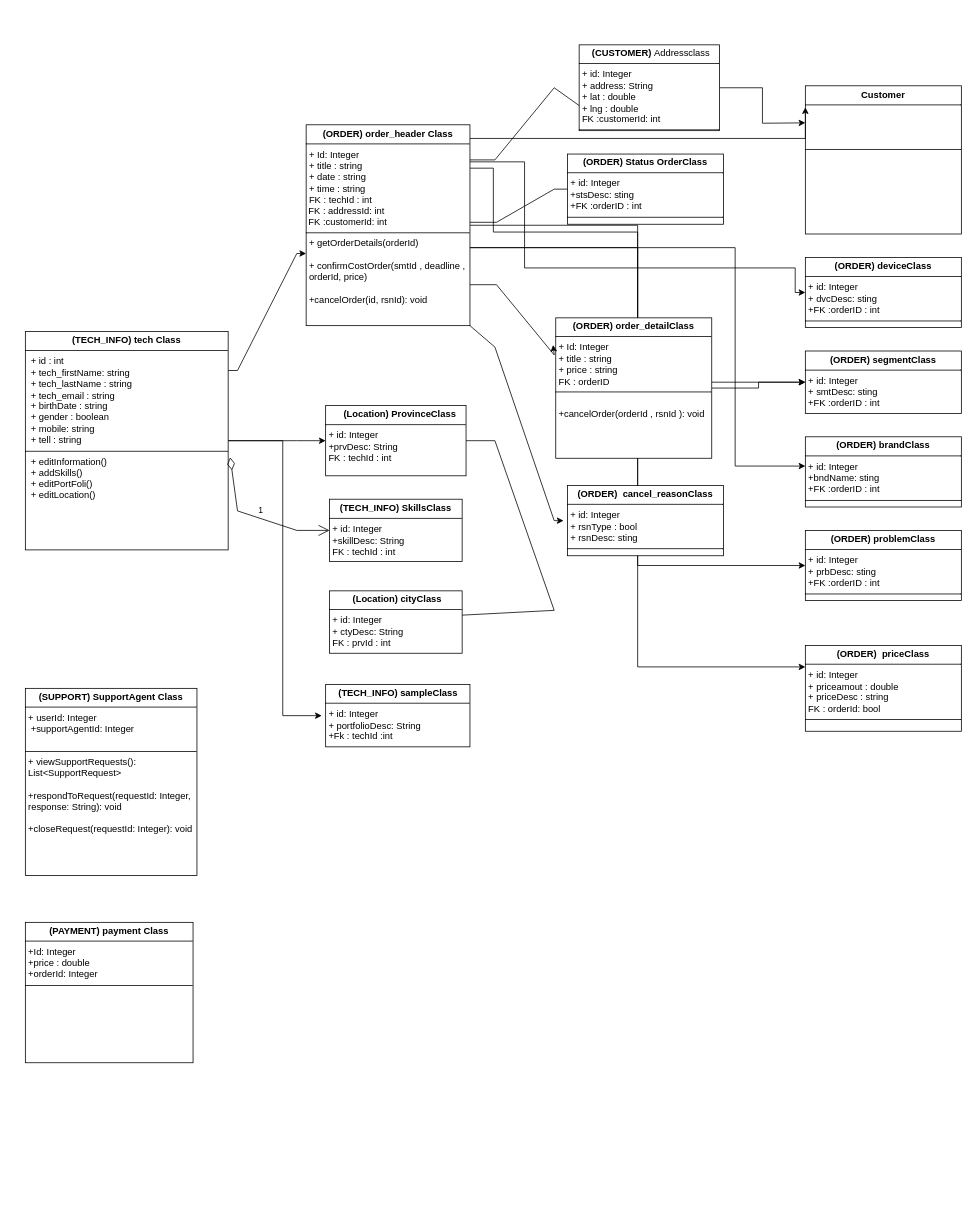
The draw.io diagram tech.drawio in reyhanehSP/pwaTech, before the edit. Source tidied: cells renumbered, new cells numbered last; positions are measured from the earlier drawing's top-left corner, leaving out a move shared by most shapes. Both pictures are drawn from the tidied source at 78%, with x=0, y=0 at pixel (25, 44).
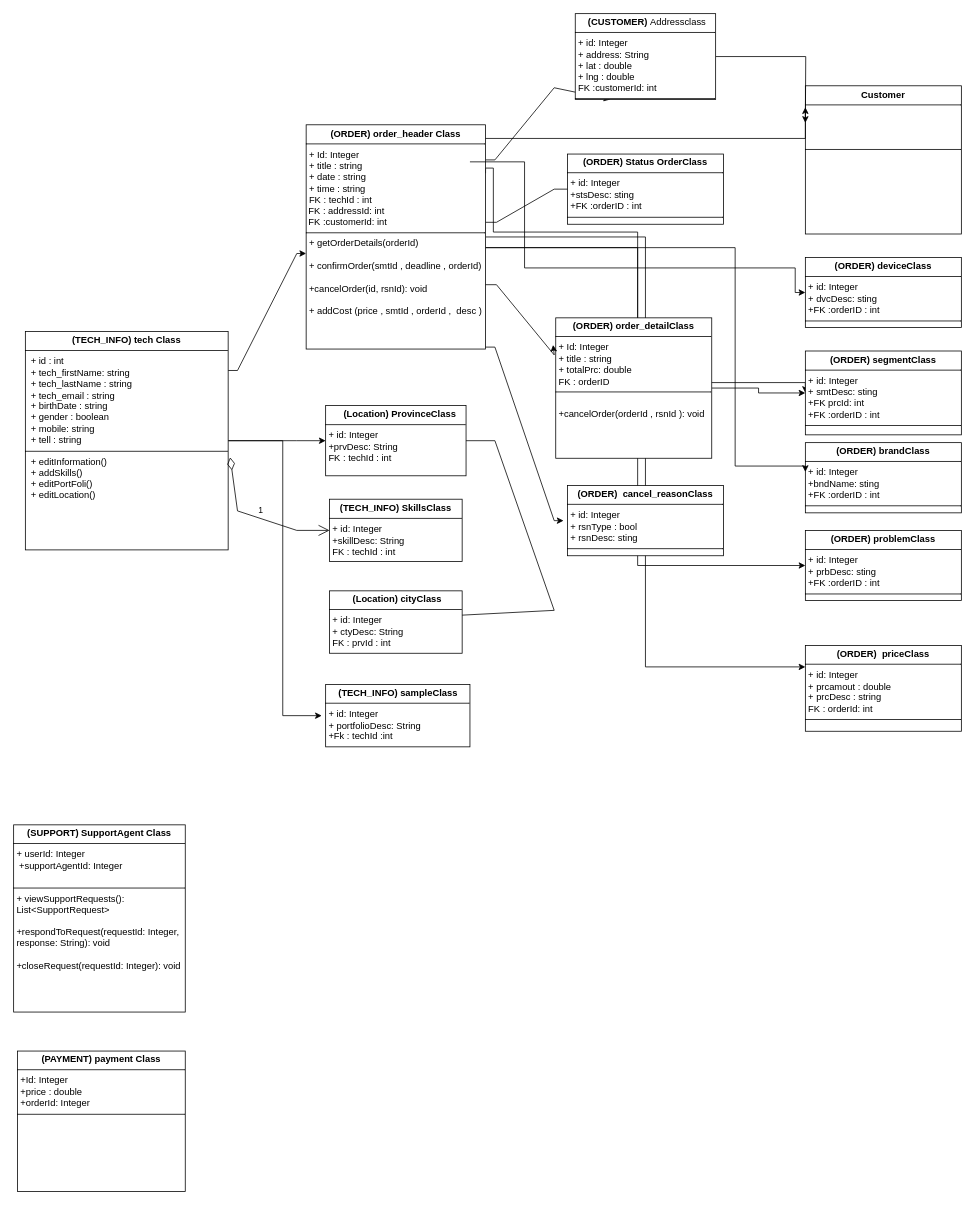
Above is the later version.

Change to the diagram source:
```diff
@@
-    <mxCell id="12" value="&lt;p style=&quot;margin:0px;margin-top:4px;text-align:center;&quot;&gt;&lt;b&gt;(ORDER)&amp;nbsp;&lt;/b&gt;&lt;b style=&quot;background-color: initial;&quot;&gt;order_header Class&lt;/b&gt;&lt;/p&gt;&lt;hr size=&quot;1&quot; style=&quot;border-style:solid;&quot;&gt;&lt;p style=&quot;margin:0px;margin-left:4px;&quot;&gt;+ Id: Integer&lt;/p&gt;&lt;p style=&quot;margin:0px;margin-left:4px;&quot;&gt;+ title : string&lt;/p&gt;&lt;p style=&quot;margin:0px;margin-left:4px;&quot;&gt;+ date : string&lt;br&gt;+ time : string&lt;br&gt;&lt;/p&gt;&lt;p style=&quot;margin:0px;margin-left:4px;&quot;&gt;&lt;span style=&quot;background-color: initial;&quot;&gt;FK : techId : int&lt;/span&gt;&lt;/p&gt;&amp;nbsp;FK : addressId: int&lt;div&gt;&amp;nbsp;FK :customerId: int&lt;br&gt;&lt;hr size=&quot;1&quot; style=&quot;border-style:solid;&quot;&gt;&lt;p style=&quot;margin:0px;margin-left:4px;&quot;&gt;+ getOrderDetails(orderId)&lt;/p&gt;&lt;p style=&quot;margin:0px;margin-left:4px;&quot;&gt;&lt;br&gt;+ confirmCostOrder(smtId , deadline , orderId, price)&lt;/p&gt;&lt;p style=&quot;margin:0px;margin-left:4px;&quot;&gt;&lt;br&gt;&lt;/p&gt;&lt;p style=&quot;margin:0px;margin-left:4px;&quot;&gt;+cancelOrder(id, rsnId): void&lt;/p&gt;&lt;p style=&quot;margin:0px;margin-left:4px;&quot;&gt;&lt;br&gt;&lt;br&gt;&lt;/p&gt;&lt;/div&gt;" style="verticalAlign=top;align=left;overflow=fill;html=1;whiteSpace=wrap;" parent="1" vertex="1">
-      <mxGeometry x="360" y="102.5" width="210" height="257.5" as="geometry" />
+    <mxCell id="12" value="&lt;p style=&quot;margin:0px;margin-top:4px;text-align:center;&quot;&gt;&lt;b&gt;(ORDER)&amp;nbsp;&lt;/b&gt;&lt;b style=&quot;background-color: initial;&quot;&gt;order_header Class&lt;/b&gt;&lt;/p&gt;&lt;hr size=&quot;1&quot; style=&quot;border-style:solid;&quot;&gt;&lt;p style=&quot;margin:0px;margin-left:4px;&quot;&gt;+ Id: Integer&lt;/p&gt;&lt;p style=&quot;margin:0px;margin-left:4px;&quot;&gt;+ title : string&lt;/p&gt;&lt;p style=&quot;margin:0px;margin-left:4px;&quot;&gt;+ date : string&lt;br&gt;+ time : string&lt;br&gt;&lt;/p&gt;&lt;p style=&quot;margin:0px;margin-left:4px;&quot;&gt;&lt;span style=&quot;background-color: initial;&quot;&gt;FK : techId : int&lt;/span&gt;&lt;/p&gt;&amp;nbsp;FK : addressId: int&lt;div&gt;&amp;nbsp;FK :customerId: int&lt;br&gt;&lt;hr size=&quot;1&quot; style=&quot;border-style:solid;&quot;&gt;&lt;p style=&quot;margin:0px;margin-left:4px;&quot;&gt;+ getOrderDetails(orderId)&lt;/p&gt;&lt;p style=&quot;margin:0px;margin-left:4px;&quot;&gt;&lt;br&gt;+ confirmOrder(smtId , deadline , orderId)&lt;/p&gt;&lt;p style=&quot;margin:0px;margin-left:4px;&quot;&gt;&lt;br&gt;&lt;/p&gt;&lt;p style=&quot;margin:0px;margin-left:4px;&quot;&gt;+cancelOrder(id, rsnId): void&lt;/p&gt;&lt;p style=&quot;margin:0px;margin-left:4px;&quot;&gt;&amp;nbsp;&lt;/p&gt;&lt;p style=&quot;margin:0px;margin-left:4px;&quot;&gt;+ addCost (price , smtId , orderId ,&amp;nbsp; desc )&lt;br&gt;&lt;br&gt;&lt;/p&gt;&lt;/div&gt;" style="verticalAlign=top;align=left;overflow=fill;html=1;whiteSpace=wrap;" parent="1" vertex="1">
+      <mxGeometry x="360" y="102.5" width="230" height="287.5" as="geometry" />
     </mxCell>
     <mxCell id="13" value="&lt;p style=&quot;margin:0px;margin-top:4px;text-align:center;&quot;&gt;&lt;b&gt;(SUPPORT) SupportAgent Class&lt;/b&gt;&lt;br&gt;&lt;/p&gt;&lt;hr size=&quot;1&quot; style=&quot;border-style:solid;&quot;&gt;&lt;p style=&quot;margin:0px;margin-left:4px;&quot;&gt;+ userId: Integer&lt;/p&gt;&lt;p style=&quot;margin:0px;margin-left:4px;&quot;&gt;&amp;nbsp;+supportAgentId:&amp;nbsp;&lt;span style=&quot;background-color: initial;&quot;&gt;Integer&lt;/span&gt;&lt;/p&gt;&lt;p style=&quot;margin:0px;margin-left:4px;&quot;&gt;&lt;br&gt;&lt;/p&gt;&lt;hr size=&quot;1&quot; style=&quot;border-style:solid;&quot;&gt;&lt;p style=&quot;margin:0px;margin-left:4px;&quot;&gt;+ viewSupportRequests(): List&amp;lt;SupportRequest&amp;gt;&lt;br&gt;&lt;br&gt;+respondToRequest(requestId: Integer, response: String): void&lt;br&gt;&lt;br&gt;+closeRequest(requestId: Integer): void&lt;br&gt;&lt;/p&gt;" style="verticalAlign=top;align=left;overflow=fill;html=1;whiteSpace=wrap;" parent="1" vertex="1">
-      <mxGeometry y="825" width="220" height="240" as="geometry" />
+      <mxGeometry x="-15" y="1000" width="220" height="240" as="geometry" />
     </mxCell>
@@
     <mxCell id="15" value="&lt;p style=&quot;margin:0px;margin-top:4px;text-align:center;&quot;&gt;&lt;b&gt;(PAYMENT) payment Class&lt;/b&gt;&lt;br&gt;&lt;/p&gt;&lt;hr size=&quot;1&quot; style=&quot;border-style:solid;&quot;&gt;&lt;p style=&quot;margin:0px;margin-left:4px;&quot;&gt;+Id: Integer&lt;/p&gt;&lt;p style=&quot;margin:0px;margin-left:4px;&quot;&gt;+price : double&lt;/p&gt;&lt;p style=&quot;margin:0px;margin-left:4px;&quot;&gt;+orderId:&amp;nbsp;&lt;span style=&quot;background-color: initial;&quot;&gt;Integer&lt;/span&gt;&lt;/p&gt;&lt;hr size=&quot;1&quot; style=&quot;border-style:solid;&quot;&gt;&lt;p style=&quot;margin:0px;margin-left:4px;&quot;&gt;&lt;br&gt;&lt;br&gt;&lt;br&gt;&lt;/p&gt;" style="verticalAlign=top;align=left;overflow=fill;html=1;whiteSpace=wrap;" parent="1" vertex="1">
-      <mxGeometry y="1125" width="215" height="180" as="geometry" />
+      <mxGeometry x="-10" y="1290" width="215" height="180" as="geometry" />
     </mxCell>
@@
     <mxCell id="18" value="&lt;p style=&quot;text-align: left; margin: 4px 0px 0px;&quot;&gt;&lt;b style=&quot;background-color: initial;&quot;&gt;&amp;nbsp; &amp;nbsp; &amp;nbsp;(CUSTOMER)&amp;nbsp;&lt;/b&gt;&lt;span style=&quot;background-color: initial;&quot;&gt;Address&lt;/span&gt;class&lt;/p&gt;&lt;hr size=&quot;1&quot; style=&quot;border-style:solid;&quot;&gt;&lt;p style=&quot;margin:0px;margin-left:4px;&quot;&gt;+ id: Integer&lt;/p&gt;&lt;p style=&quot;margin:0px;margin-left:4px;&quot;&gt;+ address: String&lt;/p&gt;&lt;p style=&quot;margin:0px;margin-left:4px;&quot;&gt;+ lat : double&lt;br&gt;+ lng : double&lt;/p&gt;&lt;p style=&quot;margin:0px;margin-left:4px;&quot;&gt;FK :customerId: int&lt;/p&gt;&lt;hr size=&quot;1&quot; style=&quot;border-style:solid;&quot;&gt;&lt;p style=&quot;margin:0px;margin-left:4px;&quot;&gt;&lt;br&gt;&lt;/p&gt;" style="verticalAlign=top;align=left;overflow=fill;html=1;whiteSpace=wrap;" parent="1" vertex="1">
-      <mxGeometry x="710" width="180" height="110" as="geometry" />
+      <mxGeometry x="705" y="-40" width="180" height="110" as="geometry" />
     </mxCell>
@@
-    <mxCell id="25" value="&lt;p style=&quot;margin:0px;margin-top:4px;text-align:center;&quot;&gt;&lt;b&gt;(&lt;/b&gt;&lt;b&gt;ORDER&lt;/b&gt;&lt;b&gt;)&amp;nbsp;&lt;/b&gt;&lt;b style=&quot;background-color: initial;&quot;&gt;order_detailClass&lt;/b&gt;&lt;/p&gt;&lt;hr size=&quot;1&quot; style=&quot;border-style:solid;&quot;&gt;&lt;p style=&quot;margin:0px;margin-left:4px;&quot;&gt;+ Id: Integer&lt;/p&gt;&lt;p style=&quot;margin:0px;margin-left:4px;&quot;&gt;+ title : string&lt;/p&gt;&lt;p style=&quot;margin:0px;margin-left:4px;&quot;&gt;+ price : string&lt;/p&gt;&lt;p style=&quot;margin:0px;margin-left:4px;&quot;&gt;FK : orderID&lt;/p&gt;&lt;hr size=&quot;1&quot; style=&quot;border-style:solid;&quot;&gt;&lt;p style=&quot;margin:0px;margin-left:4px;&quot;&gt;&lt;br&gt;+cancelOrder(orderId , rsnId ): void&lt;br&gt;&lt;br&gt;&lt;br&gt;&lt;/p&gt;" style="verticalAlign=top;align=left;overflow=fill;html=1;whiteSpace=wrap;" parent="1" vertex="1">
+    <mxCell id="25" value="&lt;p style=&quot;margin:0px;margin-top:4px;text-align:center;&quot;&gt;&lt;b&gt;(&lt;/b&gt;&lt;b&gt;ORDER&lt;/b&gt;&lt;b&gt;)&amp;nbsp;&lt;/b&gt;&lt;b style=&quot;background-color: initial;&quot;&gt;order_detailClass&lt;/b&gt;&lt;/p&gt;&lt;hr size=&quot;1&quot; style=&quot;border-style:solid;&quot;&gt;&lt;p style=&quot;margin:0px;margin-left:4px;&quot;&gt;+ Id: Integer&lt;/p&gt;&lt;p style=&quot;margin:0px;margin-left:4px;&quot;&gt;+ title : string&lt;/p&gt;&lt;p style=&quot;margin:0px;margin-left:4px;&quot;&gt;+ totalPrc: double&lt;/p&gt;&lt;p style=&quot;margin:0px;margin-left:4px;&quot;&gt;FK : orderID&lt;/p&gt;&lt;hr size=&quot;1&quot; style=&quot;border-style:solid;&quot;&gt;&lt;p style=&quot;margin:0px;margin-left:4px;&quot;&gt;&lt;br&gt;+cancelOrder(orderId , rsnId ): void&lt;br&gt;&lt;br&gt;&lt;br&gt;&lt;/p&gt;" style="verticalAlign=top;align=left;overflow=fill;html=1;whiteSpace=wrap;" parent="1" vertex="1">
       <mxGeometry x="680" y="350" width="200" height="180" as="geometry" />
     </mxCell>
@@
     <mxCell id="28" value="&lt;p style=&quot;margin:0px;margin-top:4px;text-align:center;&quot;&gt;&lt;b&gt;(&lt;/b&gt;&lt;b&gt;ORDER&lt;/b&gt;&lt;b&gt;) brandClass&lt;/b&gt;&lt;br&gt;&lt;/p&gt;&lt;hr size=&quot;1&quot; style=&quot;border-style:solid;&quot;&gt;&lt;p style=&quot;margin:0px;margin-left:4px;&quot;&gt;+ id: Integer&lt;/p&gt;&lt;p style=&quot;margin:0px;margin-left:4px;&quot;&gt;+bndName:&amp;nbsp;&lt;span style=&quot;background-color: initial;&quot;&gt;sting&lt;/span&gt;&lt;/p&gt;&lt;p style=&quot;margin:0px;margin-left:4px;&quot;&gt;&lt;span style=&quot;text-align: center;&quot;&gt;+FK :orderID : int&lt;/span&gt;&lt;span style=&quot;background-color: initial;&quot;&gt;&lt;br&gt;&lt;/span&gt;&lt;/p&gt;&lt;hr size=&quot;1&quot; style=&quot;border-style:solid;&quot;&gt;&lt;p style=&quot;margin:0px;margin-left:4px;&quot;&gt;&lt;br&gt;&lt;br&gt;&lt;br&gt;&lt;/p&gt;" style="verticalAlign=top;align=left;overflow=fill;html=1;whiteSpace=wrap;" parent="1" vertex="1">
-      <mxGeometry x="1000" y="502.5" width="200" height="90" as="geometry" />
+      <mxGeometry x="1000" y="510" width="200" height="90" as="geometry" />
     </mxCell>
@@
-    <mxCell id="31" value="&lt;p style=&quot;margin:0px;margin-top:4px;text-align:center;&quot;&gt;&lt;b&gt;(&lt;/b&gt;&lt;b&gt;ORDER&lt;/b&gt;&lt;b&gt;) segment&lt;/b&gt;&lt;b&gt;Class&lt;/b&gt;&lt;br&gt;&lt;/p&gt;&lt;hr size=&quot;1&quot; style=&quot;border-style:solid;&quot;&gt;&lt;p style=&quot;margin:0px;margin-left:4px;&quot;&gt;+ id: Integer&lt;/p&gt;&lt;p style=&quot;margin:0px;margin-left:4px;&quot;&gt;&lt;span style=&quot;text-align: center; background-color: initial;&quot;&gt;+ smt&lt;/span&gt;&lt;span style=&quot;text-align: center; background-color: initial;&quot;&gt;Desc:&amp;nbsp;&lt;/span&gt;&lt;span style=&quot;text-align: center; background-color: initial;&quot;&gt;sting&lt;/span&gt;&lt;/p&gt;&lt;p style=&quot;margin:0px;margin-left:4px;&quot;&gt;&lt;span style=&quot;text-align: center; background-color: initial;&quot;&gt;+FK :orderID : int&lt;/span&gt;&lt;/p&gt;&lt;hr size=&quot;1&quot; style=&quot;border-style:solid;&quot;&gt;&lt;p style=&quot;margin:0px;margin-left:4px;&quot;&gt;&lt;br&gt;&lt;br&gt;&lt;br&gt;&lt;/p&gt;" style="verticalAlign=top;align=left;overflow=fill;html=1;whiteSpace=wrap;" parent="1" vertex="1">
-      <mxGeometry x="1000" y="392.5" width="200" height="80" as="geometry" />
+    <mxCell id="31" value="&lt;p style=&quot;margin:0px;margin-top:4px;text-align:center;&quot;&gt;&lt;b&gt;(&lt;/b&gt;&lt;b&gt;ORDER&lt;/b&gt;&lt;b&gt;) segment&lt;/b&gt;&lt;b&gt;Class&lt;/b&gt;&lt;br&gt;&lt;/p&gt;&lt;hr size=&quot;1&quot; style=&quot;border-style:solid;&quot;&gt;&lt;p style=&quot;margin:0px;margin-left:4px;&quot;&gt;+ id: Integer&lt;/p&gt;&lt;p style=&quot;margin:0px;margin-left:4px;&quot;&gt;&lt;span style=&quot;text-align: center; background-color: initial;&quot;&gt;+ smt&lt;/span&gt;&lt;span style=&quot;text-align: center; background-color: initial;&quot;&gt;Desc:&amp;nbsp;&lt;/span&gt;&lt;span style=&quot;text-align: center; background-color: initial;&quot;&gt;sting&lt;/span&gt;&lt;/p&gt;&lt;p style=&quot;margin:0px;margin-left:4px;&quot;&gt;&lt;span style=&quot;text-align: center; background-color: initial;&quot;&gt;+FK prcId: int&lt;/span&gt;&lt;/p&gt;&lt;p style=&quot;margin:0px;margin-left:4px;&quot;&gt;&lt;span style=&quot;text-align: center; background-color: initial;&quot;&gt;+FK :orderID : int&lt;/span&gt;&lt;/p&gt;&lt;hr size=&quot;1&quot; style=&quot;border-style:solid;&quot;&gt;&lt;p style=&quot;margin:0px;margin-left:4px;&quot;&gt;&lt;br&gt;&lt;br&gt;&lt;br&gt;&lt;/p&gt;" style="verticalAlign=top;align=left;overflow=fill;html=1;whiteSpace=wrap;" parent="1" vertex="1">
+      <mxGeometry x="1000" y="392.5" width="200" height="107.5" as="geometry" />
     </mxCell>
@@
-    <mxCell id="37" value="&lt;p style=&quot;margin:0px;margin-top:4px;text-align:center;&quot;&gt;&lt;b&gt;(&lt;/b&gt;&lt;b&gt;ORDER&lt;/b&gt;&lt;span style=&quot;background-color: initial;&quot;&gt;&lt;b&gt;)&amp;nbsp; priceClass&lt;/b&gt;&lt;/span&gt;&lt;/p&gt;&lt;hr size=&quot;1&quot; style=&quot;border-style:solid;&quot;&gt;&lt;p style=&quot;margin:0px;margin-left:4px;&quot;&gt;+ id: Integer&lt;br&gt;+ priceamout : double&lt;br&gt;+ priceDesc : string&lt;/p&gt;&lt;p style=&quot;margin:0px;margin-left:4px;&quot;&gt;FK : orderId: bool&lt;/p&gt;&lt;hr size=&quot;1&quot; style=&quot;border-style:solid;&quot;&gt;&lt;p style=&quot;margin:0px;margin-left:4px;&quot;&gt;&lt;br&gt;&lt;br&gt;&lt;br&gt;&lt;/p&gt;" style="verticalAlign=top;align=left;overflow=fill;html=1;whiteSpace=wrap;" parent="1" vertex="1">
+    <mxCell id="37" value="&lt;p style=&quot;margin:0px;margin-top:4px;text-align:center;&quot;&gt;&lt;b&gt;(&lt;/b&gt;&lt;b&gt;ORDER&lt;/b&gt;&lt;span style=&quot;background-color: initial;&quot;&gt;&lt;b&gt;)&amp;nbsp; priceClass&lt;/b&gt;&lt;/span&gt;&lt;/p&gt;&lt;hr size=&quot;1&quot; style=&quot;border-style:solid;&quot;&gt;&lt;p style=&quot;margin:0px;margin-left:4px;&quot;&gt;+ id: Integer&lt;/p&gt;&lt;p style=&quot;margin:0px;margin-left:4px;&quot;&gt;+ prcamout : double&lt;br&gt;+ prcDesc : string&lt;/p&gt;&lt;p style=&quot;margin:0px;margin-left:4px;&quot;&gt;FK : orderId: int&lt;/p&gt;&lt;hr size=&quot;1&quot; style=&quot;border-style:solid;&quot;&gt;&lt;p style=&quot;margin:0px;margin-left:4px;&quot;&gt;&lt;br&gt;&lt;br&gt;&lt;br&gt;&lt;/p&gt;" style="verticalAlign=top;align=left;overflow=fill;html=1;whiteSpace=wrap;" parent="1" vertex="1">
       <mxGeometry x="1000" y="770" width="200" height="110" as="geometry" />
     </mxCell>
```
